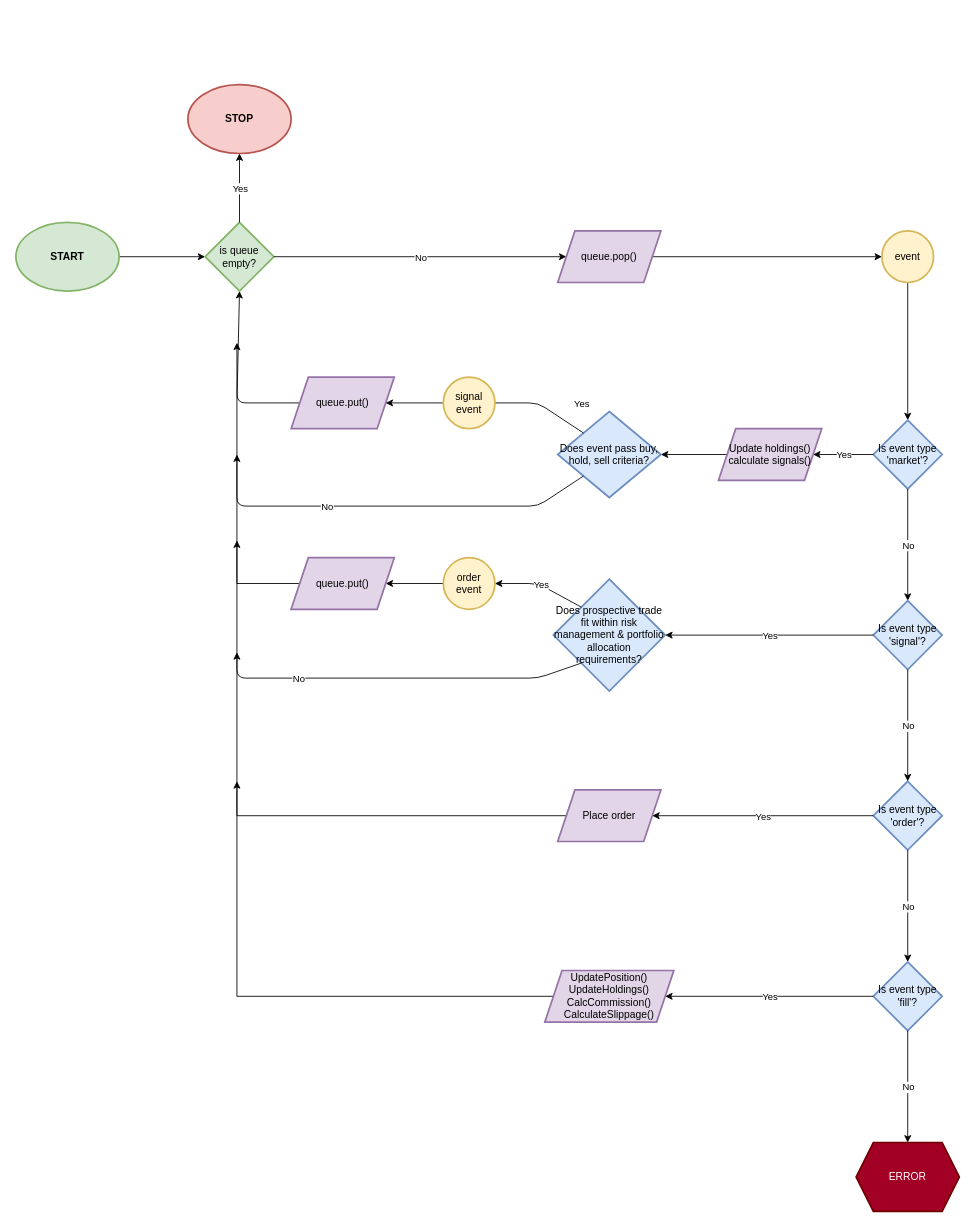
leowotzak/LJWEquities keeps this draw.io diagram as Diagrams/Event Handler Flow Chart.drawio. Above is the earlier version. Source tidied: cells renumbered, new cells numbered last; positions are measured from the earlier drawing's top-left corner, leaving out a move shared by most shapes. Both pictures are drawn from the tidied source at 86%, with x=0, y=0 at pixel (15, 84).
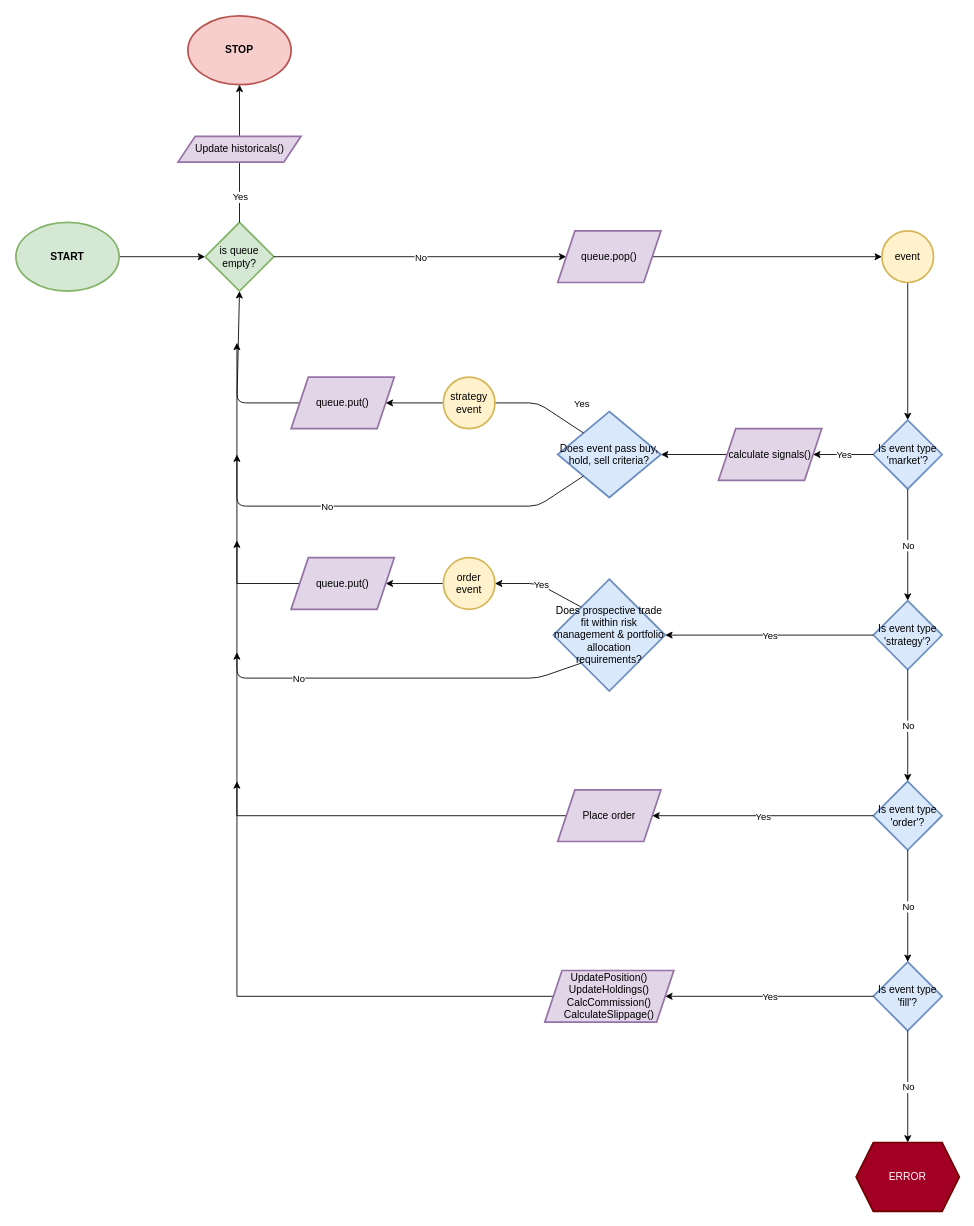
The same page after the edit.

The change refers to these unchanged cells:
```xml
<mxCell id="6" style="endArrow=classic;html=1;entryX=0.5;entryY=1;entryDx=0;entryDy=0;exitX=0.5;exitY=0;exitDx=0;exitDy=0;" parent="1" edge="1" source="4" target="5">
  <mxGeometry relative="1" as="geometry" />
</mxCell>
```

Change to the diagram source:
```diff
@@
     <mxCell id="5" value="&lt;b&gt;STOP&lt;/b&gt;" style="ellipse;whiteSpace=wrap;html=1;strokeColor=#b85450;strokeWidth=2;fillColor=#f8cecc;" parent="1" vertex="1">
-      <mxGeometry x="200" width="120" height="80" as="geometry" />
+      <mxGeometry x="200" y="-80" width="120" height="80" as="geometry" />
     </mxCell>
@@
     <mxCell id="7" value="Yes" style="edgeLabel;html=1;align=center;verticalAlign=middle;" parent="6" vertex="1">
-      <mxGeometry relative="1" as="geometry" />
+      <mxGeometry relative="1" as="geometry">
+        <mxPoint y="50" as="offset" />
+      </mxGeometry>
     </mxCell>
@@
-    <mxCell id="16" value="Update holdings()&lt;br&gt;calculate signals()" style="shape=parallelogram;perimeter=parallelogramPerimeter;whiteSpace=wrap;html=1;fixedSize=1;strokeColor=#9673a6;strokeWidth=2;fillColor=#e1d5e7;" parent="1" vertex="1">
+    <mxCell id="16" value="calculate signals()" style="shape=parallelogram;perimeter=parallelogramPerimeter;whiteSpace=wrap;html=1;fixedSize=1;strokeColor=#9673a6;strokeWidth=2;fillColor=#e1d5e7;" parent="1" vertex="1">
       <mxGeometry x="817" y="400" width="120" height="60" as="geometry" />
     </mxCell>
@@
-    <mxCell id="24" value="signal&lt;br&gt;event" style="ellipse;whiteSpace=wrap;html=1;strokeColor=#d6b656;strokeWidth=2;fillColor=#fff2cc;" parent="1" vertex="1">
+    <mxCell id="24" value="strategy event" style="ellipse;whiteSpace=wrap;html=1;strokeColor=#d6b656;strokeWidth=2;fillColor=#fff2cc;" parent="1" vertex="1">
       <mxGeometry x="497" y="340" width="60" height="60" as="geometry" />
     </mxCell>
@@
-    <mxCell id="29" value="Is event type 'signal'?" style="rhombus;whiteSpace=wrap;html=1;strokeColor=#6c8ebf;strokeWidth=2;fillColor=#dae8fc;" parent="1" vertex="1">
+    <mxCell id="29" value="Is event type 'strategy'?" style="rhombus;whiteSpace=wrap;html=1;strokeColor=#6c8ebf;strokeWidth=2;fillColor=#dae8fc;" parent="1" vertex="1">
       <mxGeometry x="997" y="600" width="80" height="80" as="geometry" />
     </mxCell>
@@
+    <mxCell id="58" value="&lt;span style=&quot;text-align: left&quot;&gt;Update historicals()&lt;/span&gt;" style="shape=parallelogram;perimeter=parallelogramPerimeter;whiteSpace=wrap;html=1;fixedSize=1;strokeWidth=2;fillColor=#e1d5e7;strokeColor=#9673a6;" parent="1" vertex="1">
+      <mxGeometry x="188.5" y="60" width="143" height="30" as="geometry" />
+    </mxCell>
```
